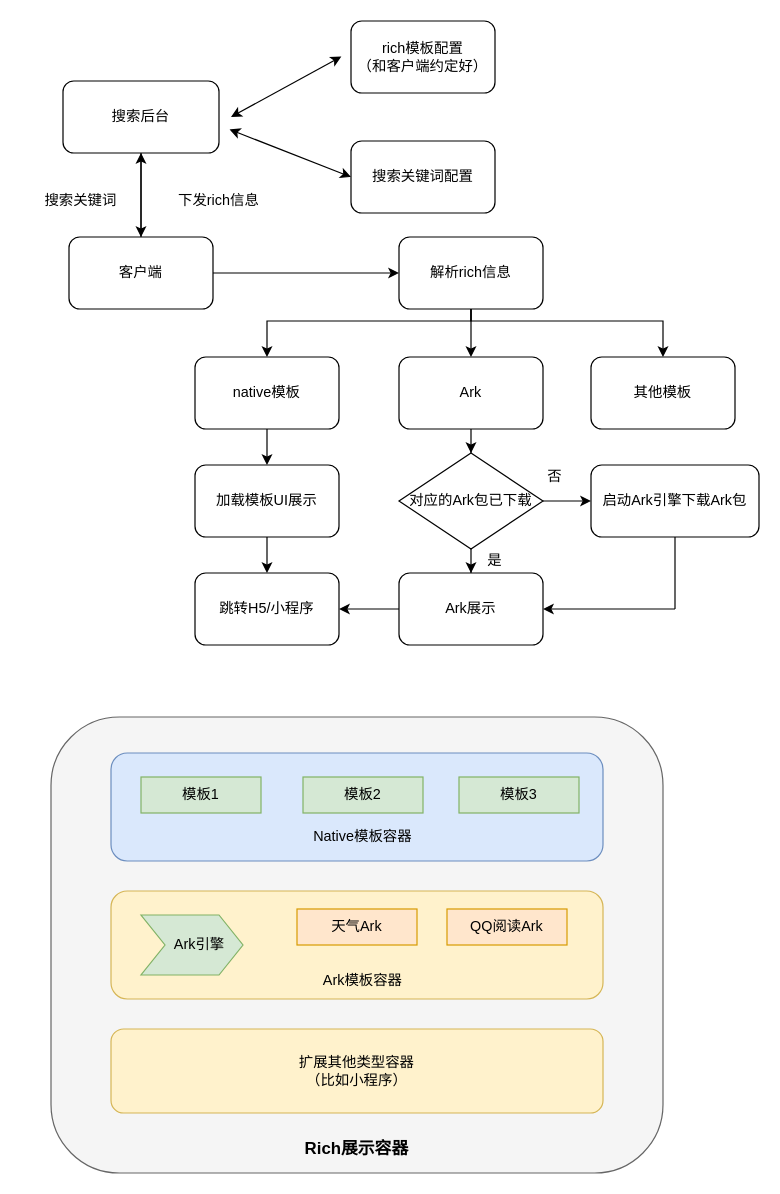
Earlier version of the draw.io diagram page "Ark" (3 of 3) of t3.drawio (wind1096471134/Brainstorming). Source tidied: cells renumbered, new cells numbered last; positions are measured from the earlier drawing's top-left corner, leaving out a move shared by most shapes. Both pictures are drawn from the tidied source at 120%, with x=0, y=0 at pixel (20, 20).
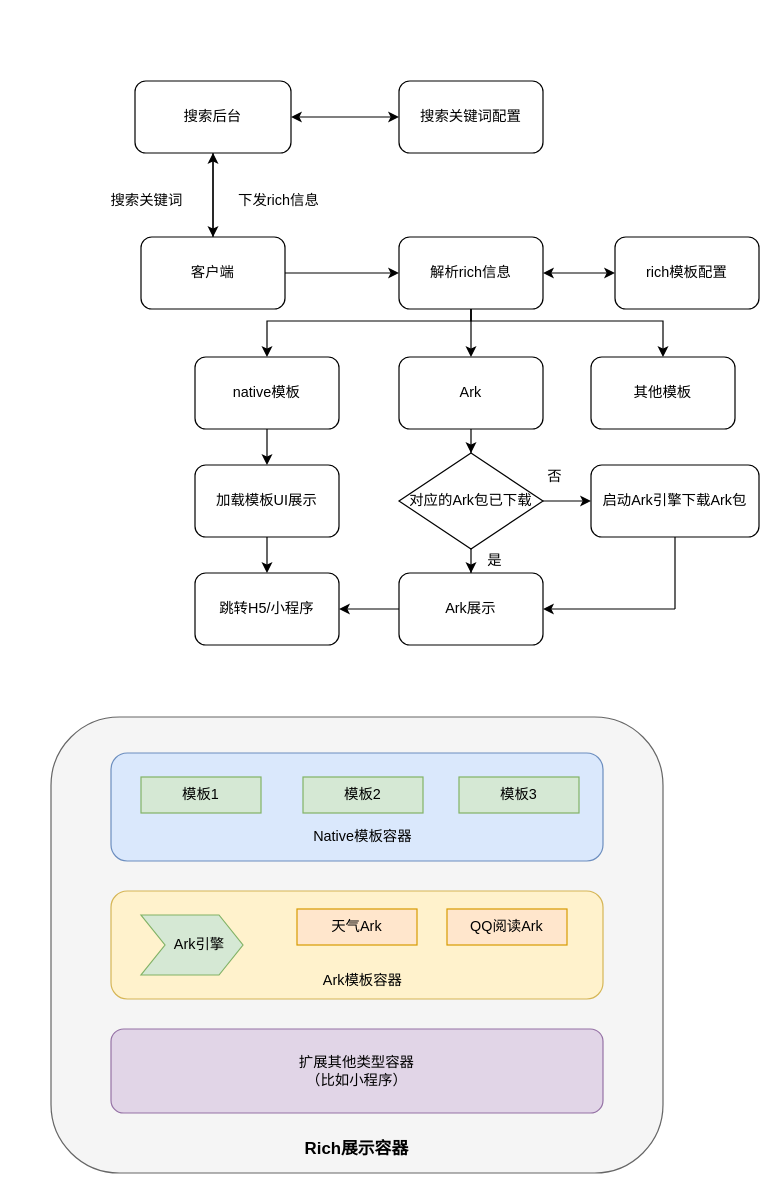
The same diagram, later.

The change refers to these unchanged cells:
```xml
<mxCell id="16" value="解析rich信息" style="rounded=1;whiteSpace=wrap;html=1;" parent="1" vertex="1">
  <mxGeometry x="315" y="180" width="120" height="60" as="geometry" />
</mxCell>
```

The edit, as a diff of the source:
```diff
@@
     <mxCell id="3" value="搜索后台" style="rounded=1;whiteSpace=wrap;html=1;" parent="1" vertex="1">
-      <mxGeometry x="35" y="50" width="130" height="60" as="geometry" />
+      <mxGeometry x="95" y="50" width="130" height="60" as="geometry" />
     </mxCell>
     <mxCell id="4" value="搜索关键词配置" style="rounded=1;whiteSpace=wrap;html=1;" parent="1" vertex="1">
-      <mxGeometry x="275" y="100" width="120" height="60" as="geometry" />
+      <mxGeometry x="315" y="50" width="120" height="60" as="geometry" />
     </mxCell>
-    <mxCell id="5" value="rich模板配置&lt;br&gt;（和客户端约定好）" style="rounded=1;whiteSpace=wrap;html=1;" parent="1" vertex="1">
-      <mxGeometry x="275" width="120" height="60" as="geometry" />
+    <mxCell id="5" value="rich模板配置" style="rounded=1;whiteSpace=wrap;html=1;" parent="1" vertex="1">
+      <mxGeometry x="495" y="180" width="120" height="60" as="geometry" />
     </mxCell>
-    <mxCell id="6" style="endArrow=classic;startArrow=classic;html=1;entryX=-0.067;entryY=0.493;entryDx=0;entryDy=0;entryPerimeter=0;" parent="1" edge="1" target="5">
-      <mxGeometry relative="1" as="geometry">
-        <mxPoint x="175" y="80" as="sourcePoint" />
-      </mxGeometry>
-    </mxCell>
-    <mxCell id="7" style="endArrow=classic;startArrow=classic;html=1;entryX=0;entryY=0.5;entryDx=0;entryDy=0;exitX=1.068;exitY=0.673;exitDx=0;exitDy=0;exitPerimeter=0;" parent="1" edge="1" source="3" target="4">
-      <mxGeometry relative="1" as="geometry" />
+    <mxCell id="7" style="endArrow=classic;startArrow=classic;html=1;entryX=0;entryY=0.5;entryDx=0;entryDy=0;" parent="1" edge="1" target="4">
+      <mxGeometry relative="1" as="geometry">
+        <mxPoint x="225" y="80" as="sourcePoint" />
+      </mxGeometry>
     </mxCell>
@@
     <mxCell id="10" value="客户端" style="rounded=1;whiteSpace=wrap;html=1;" parent="1" vertex="1">
-      <mxGeometry x="40" y="180" width="120" height="60" as="geometry" />
+      <mxGeometry x="100" y="180" width="120" height="60" as="geometry" />
     </mxCell>
     <mxCell id="11" value="搜索关键词" style="text;html=1;strokeColor=none;fillColor=none;align=center;verticalAlign=middle;whiteSpace=wrap;rounded=0;" parent="1" vertex="1">
-      <mxGeometry y="140" width="100" height="20" as="geometry" />
+      <mxGeometry x="55" y="140" width="100" height="20" as="geometry" />
     </mxCell>
     <mxCell id="12" value="下发rich信息" style="text;html=1;strokeColor=none;fillColor=none;align=center;verticalAlign=middle;whiteSpace=wrap;rounded=0;" parent="1" vertex="1">
-      <mxGeometry x="115" y="140" width="100" height="20" as="geometry" />
+      <mxGeometry x="165" y="140" width="100" height="20" as="geometry" />
     </mxCell>
@@
-    <mxCell id="47" style="rounded=1;whiteSpace=wrap;html=1;fillColor=#fff2cc;strokeColor=#d6b656;" parent="1" vertex="1">
+    <mxCell id="47" style="rounded=1;whiteSpace=wrap;html=1;fillColor=#e1d5e7;strokeColor=#9673a6;" parent="1" vertex="1">
       <mxGeometry x="75" y="840" width="410" height="70" as="geometry" />
     </mxCell>
@@
+    <mxCell id="49" style="endArrow=classic;startArrow=classic;html=1;exitX=1;exitY=0.5;exitDx=0;exitDy=0;" parent="1" edge="1" source="16">
+      <mxGeometry relative="1" as="geometry">
+        <mxPoint x="495" y="210" as="targetPoint" />
+      </mxGeometry>
+    </mxCell>
```
